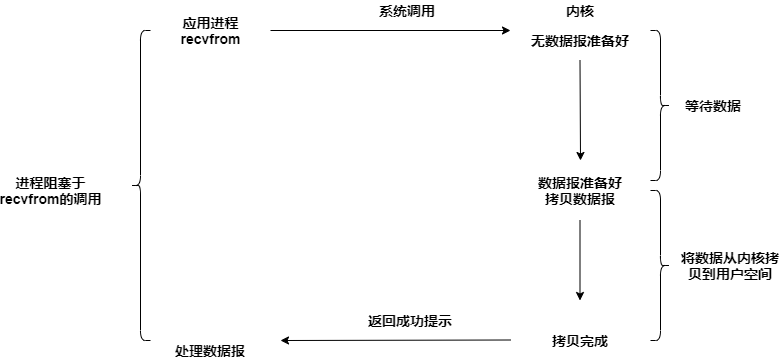
Above: docs/Resources/阻塞IO模型图.png in gongthub/wiki (draw.io), before the change. Source tidied: cells renumbered, new cells last; positions are measured from the earlier drawing's top-left corner, leaving out a move shared by most shapes.
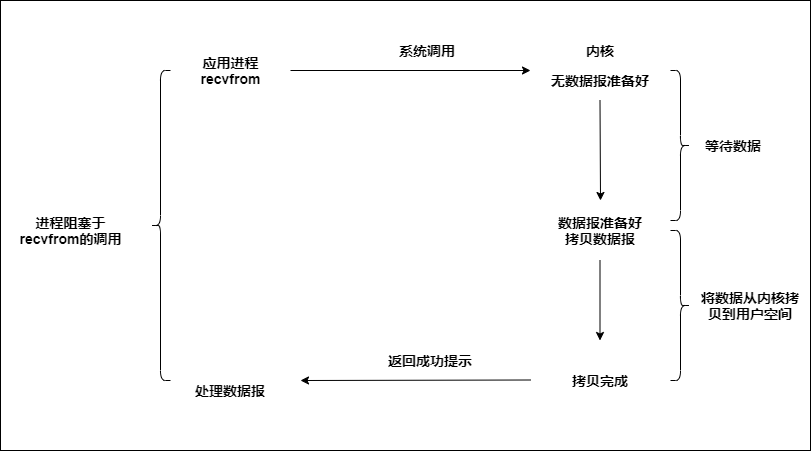
Later version of the same file.

Commit message:
Update 阻塞IO模型图.png

Diff of the diagram source:
```diff
@@ -2,6 +2,9 @@
   <root>
     <mxCell id="0" />
     <mxCell id="1" parent="0" />
+    <mxCell id="20" style="rounded=0;whiteSpace=wrap;html=1;" parent="1" vertex="1">
+      <mxGeometry x="-20" y="-40" width="810" height="450" as="geometry" />
+    </mxCell>
     <mxCell id="2" style="shape=curlyBracket;whiteSpace=wrap;html=1;rounded=1;fontStyle=1;fontSize=14;" parent="1" vertex="1">
       <mxGeometry x="130" y="30" width="20" height="310" as="geometry" />
     </mxCell>
```
